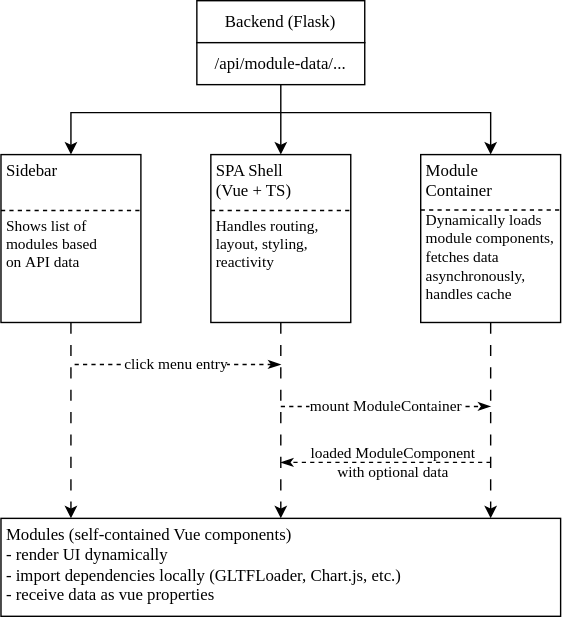
Earlier version of the draw.io export assets/general_architecture.drawio.svg (MisterSincere/ISAN_PA). Source tidied: cells renumbered, new cells last; positions are measured from the earlier drawing's top-left corner, leaving out a move shared by most shapes. Source of this version:
```xml
<mxGraphModel>
  <root>
    <mxCell id="0" />
    <mxCell id="1" parent="0" />
    <mxCell id="2" value="Backend (Flask)" style="rounded=0;whiteSpace=wrap;html=1;fontFamily=Ubuntu Light;" parent="1" vertex="1">
      <mxGeometry x="140" width="120" height="30" as="geometry" />
    </mxCell>
    <mxCell id="3" style="edgeStyle=orthogonalEdgeStyle;rounded=0;jettySize=auto;html=1;" parent="1" edge="1" target="6">
      <mxGeometry relative="1" as="geometry">
        <mxPoint x="200" y="80" as="sourcePoint" />
      </mxGeometry>
    </mxCell>
    <mxCell id="4" style="edgeStyle=orthogonalEdgeStyle;rounded=0;jettySize=auto;html=1;" parent="1" edge="1" source="5" target="15">
      <mxGeometry relative="1" as="geometry" />
    </mxCell>
    <mxCell id="5" value="/api/module-data/..." style="rounded=0;whiteSpace=wrap;html=1;fontFamily=Ubuntu Light;" parent="1" vertex="1">
      <mxGeometry x="140" y="30" width="120" height="30" as="geometry" />
    </mxCell>
    <mxCell id="6" value="Sidebar" style="whiteSpace=wrap;html=1;rounded=0;align=left;verticalAlign=top;fontFamily=Ubuntu Light;spacing=0;spacingLeft=4;strokeColor=none;" parent="1" vertex="1">
      <mxGeometry y="110" width="100" height="40" as="geometry" />
    </mxCell>
    <mxCell id="7" value="Module&lt;div&gt;Container&lt;/div&gt;" style="whiteSpace=wrap;html=1;rounded=0;align=left;verticalAlign=top;fontFamily=Ubuntu Light;spacing=0;spacingLeft=4;strokeColor=none;" parent="1" vertex="1">
      <mxGeometry x="300" y="110" width="100" height="40" as="geometry" />
    </mxCell>
    <mxCell id="8" value="SPA Shell&lt;div&gt;(Vue + TS)&lt;/div&gt;" style="whiteSpace=wrap;html=1;rounded=0;align=left;verticalAlign=top;fontFamily=Ubuntu Light;spacing=0;spacingLeft=4;strokeColor=none;" parent="1" vertex="1">
      <mxGeometry x="150" y="110" width="100" height="40" as="geometry" />
    </mxCell>
    <mxCell id="9" value="Shows list&amp;nbsp;&lt;span style=&quot;background-color: transparent; color: light-dark(rgb(0, 0, 0), rgb(255, 255, 255));&quot;&gt;of modules&amp;nbsp;&lt;/span&gt;&lt;span style=&quot;background-color: transparent; color: light-dark(rgb(0, 0, 0), rgb(255, 255, 255));&quot;&gt;based on&amp;nbsp;&lt;/span&gt;&lt;span style=&quot;background-color: transparent; color: light-dark(rgb(0, 0, 0), rgb(255, 255, 255));&quot;&gt;API data&lt;/span&gt;" style="rounded=0;whiteSpace=wrap;html=1;align=left;verticalAlign=top;spacing=0;spacingLeft=4;fontFamily=Ubuntu Light;fontSize=11;strokeColor=none;" parent="1" vertex="1">
      <mxGeometry y="150" width="100" height="80" as="geometry" />
    </mxCell>
    <mxCell id="10" value="Handles routing, layout, styling, reactivity" style="rounded=0;whiteSpace=wrap;html=1;align=left;verticalAlign=top;spacing=0;spacingLeft=4;fontFamily=Ubuntu Light;fontSize=11;strokeColor=none;" parent="1" vertex="1">
      <mxGeometry x="150" y="150" width="100" height="80" as="geometry" />
    </mxCell>
    <mxCell id="11" value="Dynamically loads&lt;div&gt;module components,&lt;/div&gt;&lt;div&gt;fetches data&lt;/div&gt;&lt;div&gt;asynchronously,&lt;/div&gt;&lt;div&gt;handles cache&lt;/div&gt;" style="rounded=0;whiteSpace=wrap;html=1;align=left;verticalAlign=top;spacing=0;spacingLeft=4;fontFamily=Ubuntu Light;fontSize=11;strokeColor=none;spacingTop=-4;convertToSvg=1;" parent="1" vertex="1">
      <mxGeometry x="300" y="150" width="100" height="80" as="geometry" />
    </mxCell>
    <mxCell id="12" style="endArrow=classic;html=1;rounded=0;entryX=0.5;entryY=0;entryDx=0;entryDy=0;" parent="1" edge="1" target="7">
      <mxGeometry relative="1" as="geometry">
        <mxPoint x="200" y="80" as="sourcePoint" />
        <Array as="points">
          <mxPoint x="350" y="80" />
        </Array>
      </mxGeometry>
    </mxCell>
    <mxCell id="13" style="rounded=0;whiteSpace=wrap;html=1;fillColor=none;" parent="1" vertex="1">
      <mxGeometry y="110" width="100" height="120" as="geometry" />
    </mxCell>
    <mxCell id="14" style="endArrow=none;dashed=1;html=1;rounded=0;" parent="1" edge="1">
      <mxGeometry relative="1" as="geometry">
        <mxPoint y="150" as="sourcePoint" />
        <mxPoint x="100" y="150" as="targetPoint" />
      </mxGeometry>
    </mxCell>
    <mxCell id="15" style="rounded=0;whiteSpace=wrap;html=1;fillColor=none;" parent="1" vertex="1">
      <mxGeometry x="150" y="110" width="100" height="120" as="geometry" />
    </mxCell>
    <mxCell id="16" style="endArrow=none;dashed=1;html=1;rounded=0;" parent="1" edge="1">
      <mxGeometry relative="1" as="geometry">
        <mxPoint x="150" y="150" as="sourcePoint" />
        <mxPoint x="250" y="150" as="targetPoint" />
      </mxGeometry>
    </mxCell>
    <mxCell id="17" style="rounded=0;whiteSpace=wrap;html=1;fillColor=none;spacing=0;" parent="1" vertex="1">
      <mxGeometry x="300" y="110" width="100" height="120" as="geometry" />
    </mxCell>
    <mxCell id="18" style="endArrow=none;dashed=1;html=1;rounded=0;" parent="1" edge="1">
      <mxGeometry relative="1" as="geometry">
        <mxPoint x="300" y="149.6" as="sourcePoint" />
        <mxPoint x="400" y="149.6" as="targetPoint" />
      </mxGeometry>
    </mxCell>
    <mxCell id="19" style="endArrow=classic;html=1;rounded=0;exitX=0.5;exitY=1;exitDx=0;exitDy=0;dashed=1;dashPattern=8 8;" parent="1" edge="1" source="15">
      <mxGeometry relative="1" as="geometry">
        <mxPoint x="200" y="370" as="targetPoint" />
      </mxGeometry>
    </mxCell>
    <mxCell id="20" style="endArrow=classic;html=1;rounded=0;dashed=1;dashPattern=8 8;" parent="1" edge="1">
      <mxGeometry relative="1" as="geometry">
        <mxPoint x="50" y="230" as="sourcePoint" />
        <mxPoint x="50" y="370" as="targetPoint" />
      </mxGeometry>
    </mxCell>
    <mxCell id="21" style="endArrow=classic;html=1;rounded=0;dashed=1;dashPattern=8 8;" parent="1" edge="1">
      <mxGeometry relative="1" as="geometry">
        <mxPoint x="350" y="230" as="sourcePoint" />
        <mxPoint x="350" y="370" as="targetPoint" />
      </mxGeometry>
    </mxCell>
    <mxCell id="22" value="click menu entry" style="endArrow=none;html=1;rounded=0;dashed=1;endFill=0;startArrow=classicThin;startFill=1;fontFamily=Ubuntu Mono;" parent="1" edge="1">
      <mxGeometry relative="1" as="geometry">
        <mxPoint x="200" y="260" as="sourcePoint" />
        <mxPoint x="50" y="260" as="targetPoint" />
      </mxGeometry>
    </mxCell>
    <mxCell id="23" value="mount ModuleContainer" style="endArrow=classicThin;html=1;rounded=0;dashed=1;endFill=1;fontFamily=Ubuntu Mono;" parent="1" edge="1">
      <mxGeometry relative="1" as="geometry">
        <mxPoint x="200" y="290" as="sourcePoint" />
        <mxPoint x="350" y="290" as="targetPoint" />
      </mxGeometry>
    </mxCell>
    <mxCell id="24" value="loaded ModuleComponent&lt;div&gt;with optional data&lt;/div&gt;" style="endArrow=classicThin;html=1;rounded=0;dashed=1;endFill=1;fontFamily=Ubuntu Mono;labelBackgroundColor=none;" parent="1" edge="1">
      <mxGeometry x="-0.07" relative="1" as="geometry">
        <mxPoint x="350" y="330" as="sourcePoint" />
        <mxPoint x="200" y="330" as="targetPoint" />
      </mxGeometry>
    </mxCell>
    <mxCell id="25" value="Modules (self-contained Vue components)&lt;div&gt;- render UI dynamically&lt;/div&gt;&lt;div&gt;- import dependencies locally (GLTFLoader, Chart.js, etc.)&lt;/div&gt;&lt;div&gt;- receive data as vue properties&lt;/div&gt;" style="rounded=0;whiteSpace=wrap;html=1;align=left;verticalAlign=top;spacing=0;spacingLeft=4;fontFamily=Ubuntu Light;" parent="1" vertex="1">
      <mxGeometry y="370" width="400" height="70" as="geometry" />
    </mxCell>
  </root>
</mxGraphModel>
```
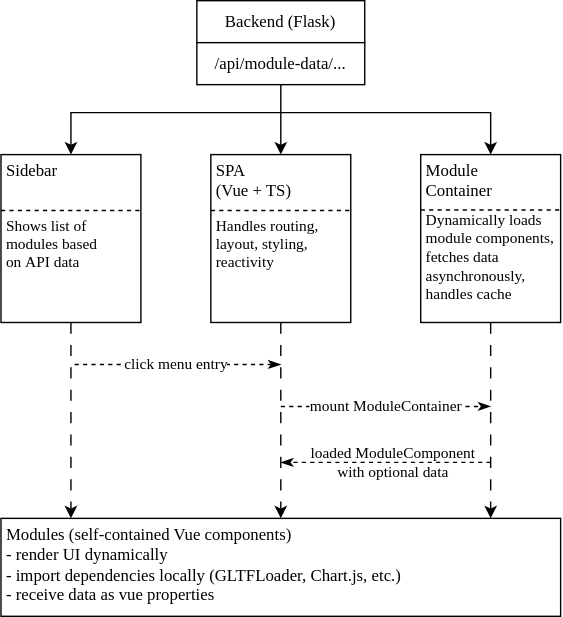
The same file after the commit.

Change to the diagram source:
```diff
@@ -22,7 +22,7 @@
     <mxCell id="7" value="Module&lt;div&gt;Container&lt;/div&gt;" style="whiteSpace=wrap;html=1;rounded=0;align=left;verticalAlign=top;fontFamily=Ubuntu Light;spacing=0;spacingLeft=4;strokeColor=none;" parent="1" vertex="1">
       <mxGeometry x="300" y="110" width="100" height="40" as="geometry" />
     </mxCell>
-    <mxCell id="8" value="SPA Shell&lt;div&gt;(Vue + TS)&lt;/div&gt;" style="whiteSpace=wrap;html=1;rounded=0;align=left;verticalAlign=top;fontFamily=Ubuntu Light;spacing=0;spacingLeft=4;strokeColor=none;" parent="1" vertex="1">
+    <mxCell id="8" value="SPA&lt;div&gt;(Vue + TS)&lt;/div&gt;" style="whiteSpace=wrap;html=1;rounded=0;align=left;verticalAlign=top;fontFamily=Ubuntu Light;spacing=0;spacingLeft=4;strokeColor=none;" parent="1" vertex="1">
       <mxGeometry x="150" y="110" width="100" height="40" as="geometry" />
     </mxCell>
     <mxCell id="9" value="Shows list&amp;nbsp;&lt;span style=&quot;background-color: transparent; color: light-dark(rgb(0, 0, 0), rgb(255, 255, 255));&quot;&gt;of modules&amp;nbsp;&lt;/span&gt;&lt;span style=&quot;background-color: transparent; color: light-dark(rgb(0, 0, 0), rgb(255, 255, 255));&quot;&gt;based on&amp;nbsp;&lt;/span&gt;&lt;span style=&quot;background-color: transparent; color: light-dark(rgb(0, 0, 0), rgb(255, 255, 255));&quot;&gt;API data&lt;/span&gt;" style="rounded=0;whiteSpace=wrap;html=1;align=left;verticalAlign=top;spacing=0;spacingLeft=4;fontFamily=Ubuntu Light;fontSize=11;strokeColor=none;" parent="1" vertex="1">
```
